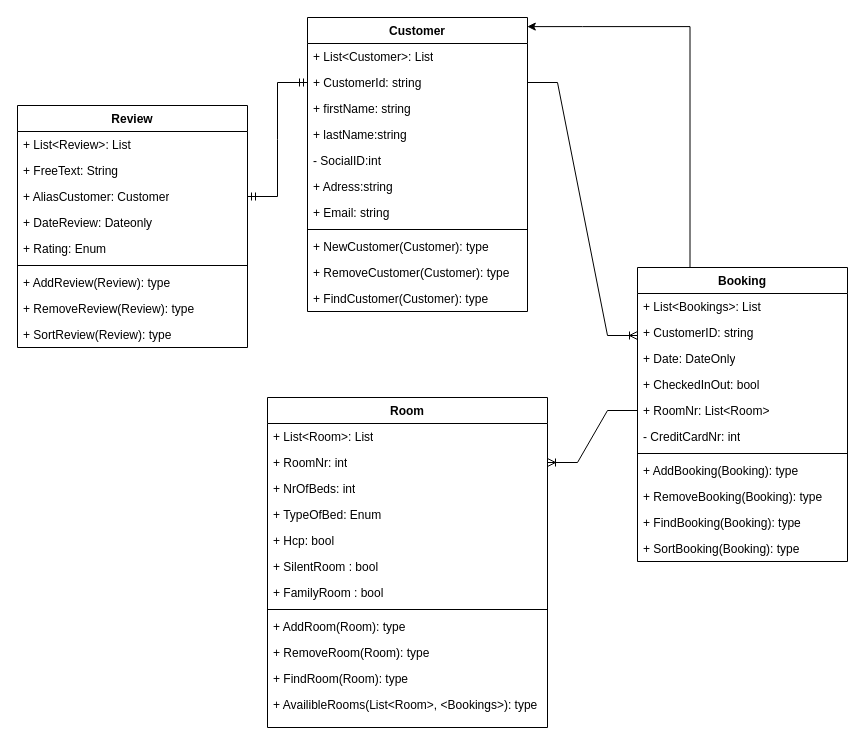
Above: TheHotelUML.drawio in danlundh67/hotellet (draw.io), before the change. Source tidied: cells renumbered, new cells numbered last; positions are measured from the earlier drawing's top-left corner, leaving out a move shared by most shapes. Both pictures are drawn from the tidied source at 100%, with x=0, y=0 at pixel (17, 17).
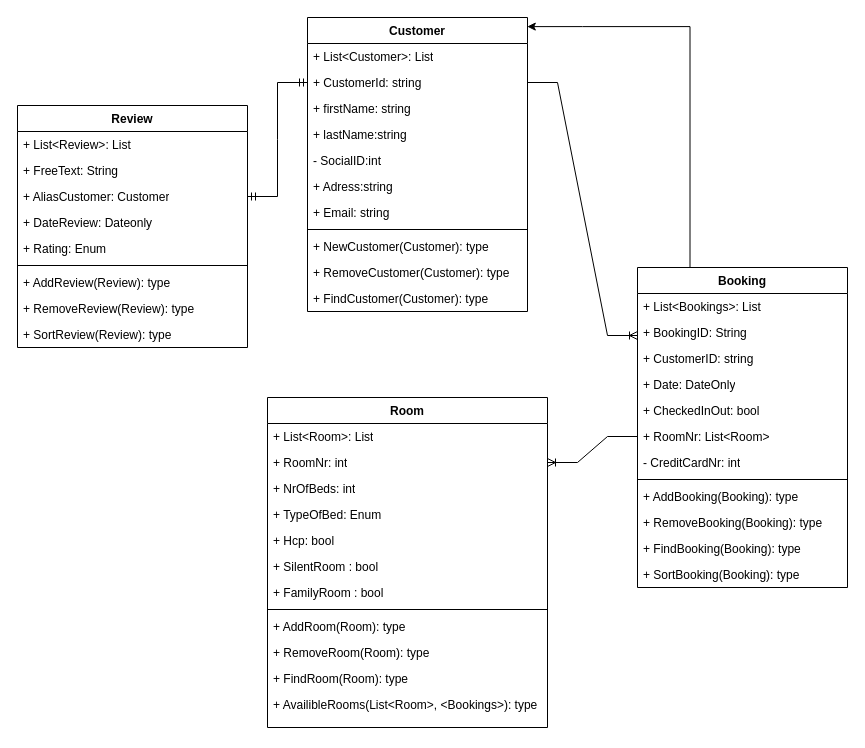
The same page after the edit.

Change to the diagram source:
```diff
@@
     <mxCell id="27" value="Booking" style="swimlane;fontStyle=1;align=center;verticalAlign=top;horizontal=1;startSize=26;whiteSpace=wrap;html=1;" parent="1" vertex="1">
-      <mxGeometry x="620" y="250" width="210" height="294" as="geometry" />
+      <mxGeometry x="620" y="250" width="210" height="320" as="geometry" />
     </mxCell>
@@
+    <mxCell id="53" value="+ BookingID: String" style="text;strokeColor=none;fillColor=none;align=left;verticalAlign=top;spacingLeft=4;spacingRight=4;overflow=hidden;whiteSpace=wrap;html=1;" parent="27" vertex="1">
+      <mxGeometry y="52" width="210" height="26" as="geometry" />
+    </mxCell>
     <mxCell id="29" value="+ CustomerID: string" style="text;strokeColor=none;fillColor=none;align=left;verticalAlign=top;spacingLeft=4;spacingRight=4;overflow=hidden;whiteSpace=wrap;html=1;" parent="27" vertex="1">
-      <mxGeometry y="52" width="210" height="26" as="geometry" />
+      <mxGeometry y="78" width="210" height="26" as="geometry" />
     </mxCell>
@@
     <mxCell id="31" value="+ Date: DateOnly" style="text;strokeColor=none;fillColor=none;align=left;verticalAlign=top;spacingLeft=4;spacingRight=4;overflow=hidden;whiteSpace=wrap;html=1;" parent="27" vertex="1">
-      <mxGeometry y="78" width="210" height="26" as="geometry" />
+      <mxGeometry y="104" width="210" height="26" as="geometry" />
     </mxCell>
     <mxCell id="32" value="+ CheckedInOut: bool" style="text;strokeColor=none;fillColor=none;align=left;verticalAlign=top;spacingLeft=4;spacingRight=4;overflow=hidden;whiteSpace=wrap;html=1;" parent="27" vertex="1">
-      <mxGeometry y="104" width="210" height="26" as="geometry" />
+      <mxGeometry y="130" width="210" height="26" as="geometry" />
     </mxCell>
     <mxCell id="33" value="+ RoomNr&lt;span style=&quot;background-color: initial;&quot;&gt;: List&amp;lt;Room&amp;gt;&lt;/span&gt;" style="text;strokeColor=none;fillColor=none;align=left;verticalAlign=top;spacingLeft=4;spacingRight=4;overflow=hidden;points=[[0,0.5],[1,0.5]];portConstraint=eastwest;whiteSpace=wrap;html=1;" parent="27" vertex="1">
-      <mxGeometry y="130" width="210" height="26" as="geometry" />
+      <mxGeometry y="156" width="210" height="26" as="geometry" />
     </mxCell>
     <mxCell id="34" value="- CreditCardNr: int" style="text;strokeColor=none;fillColor=none;align=left;verticalAlign=top;spacingLeft=4;spacingRight=4;overflow=hidden;whiteSpace=wrap;html=1;" parent="27" vertex="1">
-      <mxGeometry y="156" width="210" height="26" as="geometry" />
+      <mxGeometry y="182" width="210" height="26" as="geometry" />
     </mxCell>
     <mxCell id="35" style="line;strokeWidth=1;fillColor=none;align=left;verticalAlign=middle;spacingTop=-1;spacingLeft=3;spacingRight=3;labelPosition=right;strokeColor=inherit;" parent="27" vertex="1">
-      <mxGeometry y="182" width="210" height="8" as="geometry" />
+      <mxGeometry y="208" width="210" height="8" as="geometry" />
     </mxCell>
     <mxCell id="36" value="+ AddBooking(Booking): type" style="text;strokeColor=none;fillColor=none;align=left;verticalAlign=top;spacingLeft=4;spacingRight=4;overflow=hidden;whiteSpace=wrap;html=1;" parent="27" vertex="1">
-      <mxGeometry y="190" width="210" height="26" as="geometry" />
+      <mxGeometry y="216" width="210" height="26" as="geometry" />
     </mxCell>
     <mxCell id="37" value="+ RemoveBooking(Booking): type" style="text;strokeColor=none;fillColor=none;align=left;verticalAlign=top;spacingLeft=4;spacingRight=4;overflow=hidden;whiteSpace=wrap;html=1;" parent="27" vertex="1">
-      <mxGeometry y="216" width="210" height="26" as="geometry" />
+      <mxGeometry y="242" width="210" height="26" as="geometry" />
     </mxCell>
     <mxCell id="38" value="+ FindBooking(Booking): type" style="text;strokeColor=none;fillColor=none;align=left;verticalAlign=top;spacingLeft=4;spacingRight=4;overflow=hidden;whiteSpace=wrap;html=1;" parent="27" vertex="1">
-      <mxGeometry y="242" width="210" height="26" as="geometry" />
+      <mxGeometry y="268" width="210" height="26" as="geometry" />
     </mxCell>
     <mxCell id="39" value="+ SortBooking(Booking): type" style="text;strokeColor=none;fillColor=none;align=left;verticalAlign=top;spacingLeft=4;spacingRight=4;overflow=hidden;whiteSpace=wrap;html=1;" parent="27" vertex="1">
-      <mxGeometry y="268" width="210" height="26" as="geometry" />
+      <mxGeometry y="294" width="210" height="26" as="geometry" />
     </mxCell>
```
